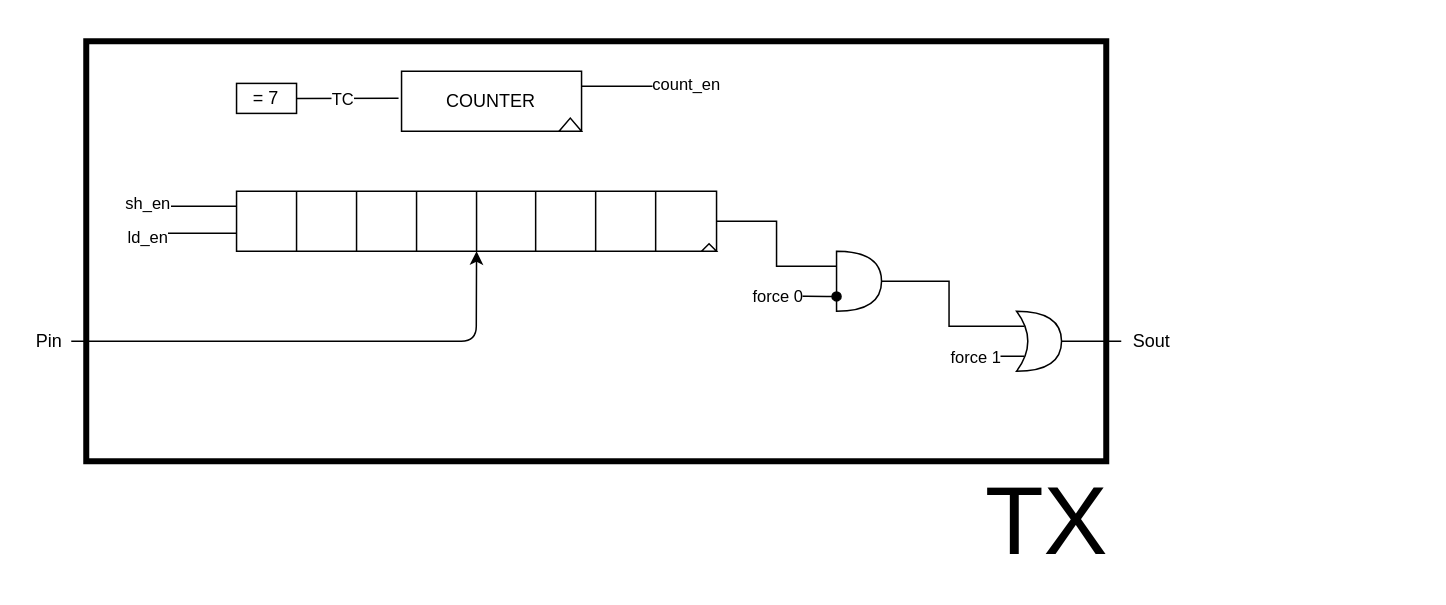
Before: labsRR/UART/report/draw_io/transmitter.drawio in wackozz/SDI_20_21, a draw.io diagram. Source tidied: cells renumbered, new cells numbered last; positions are measured from the earlier drawing's top-left corner, leaving out a move shared by most shapes. Both pictures are drawn from the tidied source at 150%, with x=0, y=0 at pixel (26, 40).
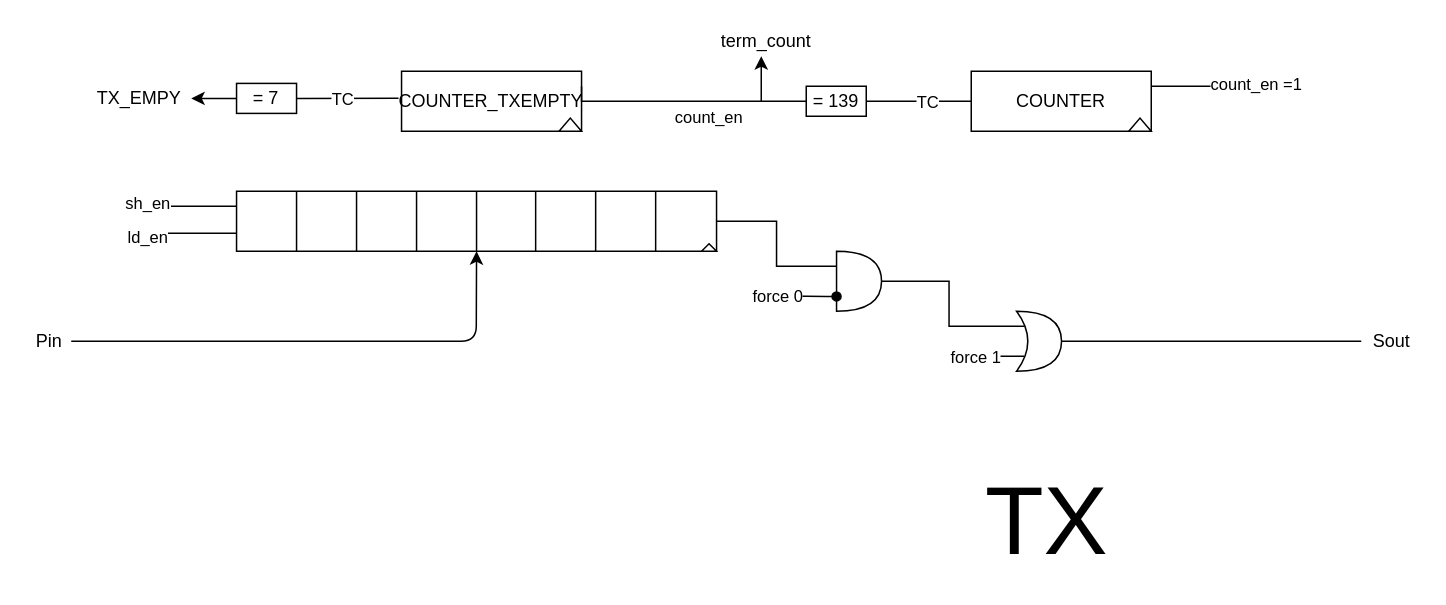
After the change.

Unchanged cells that the change refers to:
```xml
<mxCell id="30" value="= 7" style="rounded=0;whiteSpace=wrap;html=1;" parent="1" vertex="1">
  <mxGeometry x="140.2" y="28.1" width="40" height="20" as="geometry" />
</mxCell>
```

What changed in the source:
```diff
@@
-    <mxCell id="21" value="COUNTER" style="rounded=0;whiteSpace=wrap;html=1;" parent="1" vertex="1">
+    <mxCell id="21" value="COUNTER_TXEMPTY" style="rounded=0;whiteSpace=wrap;html=1;" parent="1" vertex="1">
       <mxGeometry x="250.2" y="20" width="120" height="40" as="geometry" />
     </mxCell>
-    <mxCell id="22" style="edgeStyle=orthogonalEdgeStyle;rounded=0;jettySize=auto;html=1;exitX=1;exitY=0.25;exitDx=0;exitDy=0;endArrow=none;endFill=0;" parent="1" edge="1" source="21">
+    <mxCell id="22" style="edgeStyle=orthogonalEdgeStyle;rounded=0;jettySize=auto;html=1;exitX=1;exitY=0.25;exitDx=0;exitDy=0;endArrow=none;endFill=0;entryX=0;entryY=0.5;entryDx=0;entryDy=0;" parent="1" edge="1" source="21" target="42">
       <mxGeometry relative="1" as="geometry">
-        <mxPoint x="428.2" y="30" as="targetPoint" />
         <Array as="points">
-          <mxPoint x="427.7" y="30" />
+          <mxPoint x="370" y="40" />
         </Array>
       </mxGeometry>
     </mxCell>
     <mxCell id="23" value="count_en" style="edgeLabel;html=1;align=center;verticalAlign=middle;" parent="22" vertex="1">
       <mxGeometry x="-0.3" y="-1" relative="1" as="geometry">
-        <mxPoint x="49" y="-2.9" as="offset" />
+        <mxPoint x="38.6" y="9" as="offset" />
       </mxGeometry>
     </mxCell>
@@
+    <mxCell id="36" style="edgeStyle=none;rounded=0;jettySize=auto;html=1;" parent="1" edge="1" source="30">
+      <mxGeometry relative="1" as="geometry">
+        <mxPoint x="110" y="38.1" as="targetPoint" />
+      </mxGeometry>
+    </mxCell>
@@
     <mxCell id="32" value="Sout" style="text;html=1;align=center;verticalAlign=middle;points=[];" parent="1" vertex="1">
-      <mxGeometry x="730" y="190" width="40" height="20" as="geometry" />
+      <mxGeometry x="890" y="190" width="40" height="20" as="geometry" />
     </mxCell>
-    <mxCell id="33" style="rounded=0;whiteSpace=wrap;html=1;glass=0;sketch=0;strokeWidth=4;fillColor=none;" parent="1" vertex="1">
-      <mxGeometry x="40" width="680" height="280" as="geometry" />
-    </mxCell>
@@
+    <mxCell id="37" value="COUNTER" style="rounded=0;whiteSpace=wrap;html=1;" parent="1" vertex="1">
+      <mxGeometry x="630" y="20" width="120" height="40" as="geometry" />
+    </mxCell>
+    <mxCell id="38" style="edgeStyle=orthogonalEdgeStyle;rounded=0;jettySize=auto;html=1;exitX=1;exitY=0.25;exitDx=0;exitDy=0;endArrow=none;endFill=0;" parent="1" edge="1" source="37">
+      <mxGeometry relative="1" as="geometry">
+        <mxPoint x="808" y="30" as="targetPoint" />
+        <Array as="points">
+          <mxPoint x="807.5" y="30" />
+        </Array>
+      </mxGeometry>
+    </mxCell>
+    <mxCell id="39" value="count_en =1" style="edgeLabel;html=1;align=center;verticalAlign=middle;" parent="38" vertex="1">
+      <mxGeometry x="-0.3" y="-1" relative="1" as="geometry">
+        <mxPoint x="49" y="-2.9" as="offset" />
+      </mxGeometry>
+    </mxCell>
+    <mxCell id="40" style="endArrow=none;html=1;exitX=1;exitY=0.5;exitDx=0;exitDy=0;entryX=0;entryY=0.5;entryDx=0;entryDy=0;" parent="1" edge="1" source="42" target="37">
+      <mxGeometry relative="1" as="geometry" />
+    </mxCell>
+    <mxCell id="41" value="TC" style="edgeLabel;html=1;align=center;verticalAlign=middle;" parent="40" vertex="1">
+      <mxGeometry x="0.25" y="2" relative="1" as="geometry">
+        <mxPoint x="-3.9" y="2" as="offset" />
+      </mxGeometry>
+    </mxCell>
+    <mxCell id="42" value="= 139" style="rounded=0;whiteSpace=wrap;html=1;" parent="1" vertex="1">
+      <mxGeometry x="520" y="30" width="40" height="20" as="geometry" />
+    </mxCell>
+    <mxCell id="43" style="triangle;whiteSpace=wrap;html=1;rotation=-90;" parent="1" vertex="1">
+      <mxGeometry x="738.1" y="48.1" width="8.8" height="15" as="geometry" />
+    </mxCell>
+    <mxCell id="44" style="endArrow=classic;html=1;" parent="1" edge="1">
+      <mxGeometry relative="1" as="geometry">
+        <mxPoint x="490" y="40" as="sourcePoint" />
+        <mxPoint x="490" y="10" as="targetPoint" />
+      </mxGeometry>
+    </mxCell>
+    <mxCell id="45" value="term_count" style="text;html=1;align=center;verticalAlign=middle;" parent="1" vertex="1">
+      <mxGeometry x="452.7" y="-10" width="80" height="20" as="geometry" />
+    </mxCell>
+    <mxCell id="46" value="TX_EMPY" style="text;html=1;align=center;verticalAlign=middle;" parent="1" vertex="1">
+      <mxGeometry x="40" y="28.1" width="70" height="20" as="geometry" />
+    </mxCell>
```
